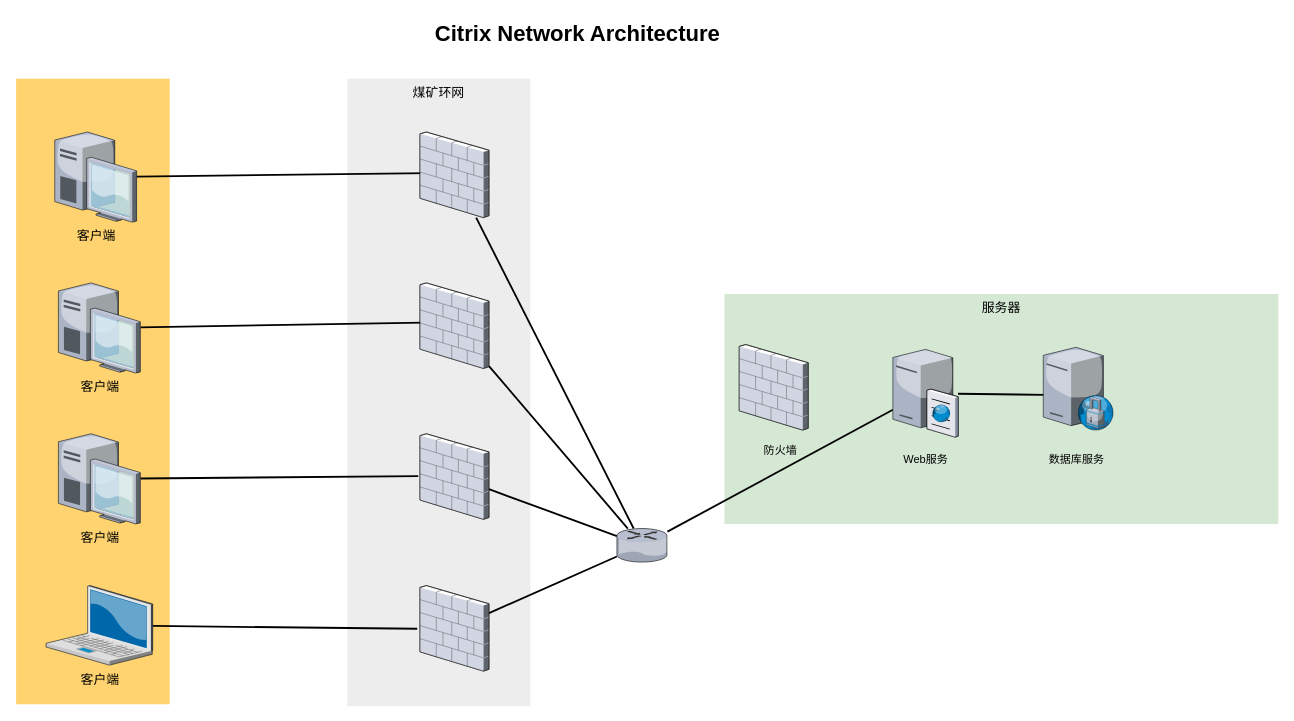
This is 煤矿生产技术的网络架构图.drawio from itangm/draw.io-files, a draw.io file, before an edit. Source tidied: cells renumbered, new cells numbered last; positions are measured from the earlier drawing's top-left corner, leaving out a move shared by most shapes. Both pictures are drawn from the tidied source at 92%, with x=0, y=0 at pixel (16, 16).
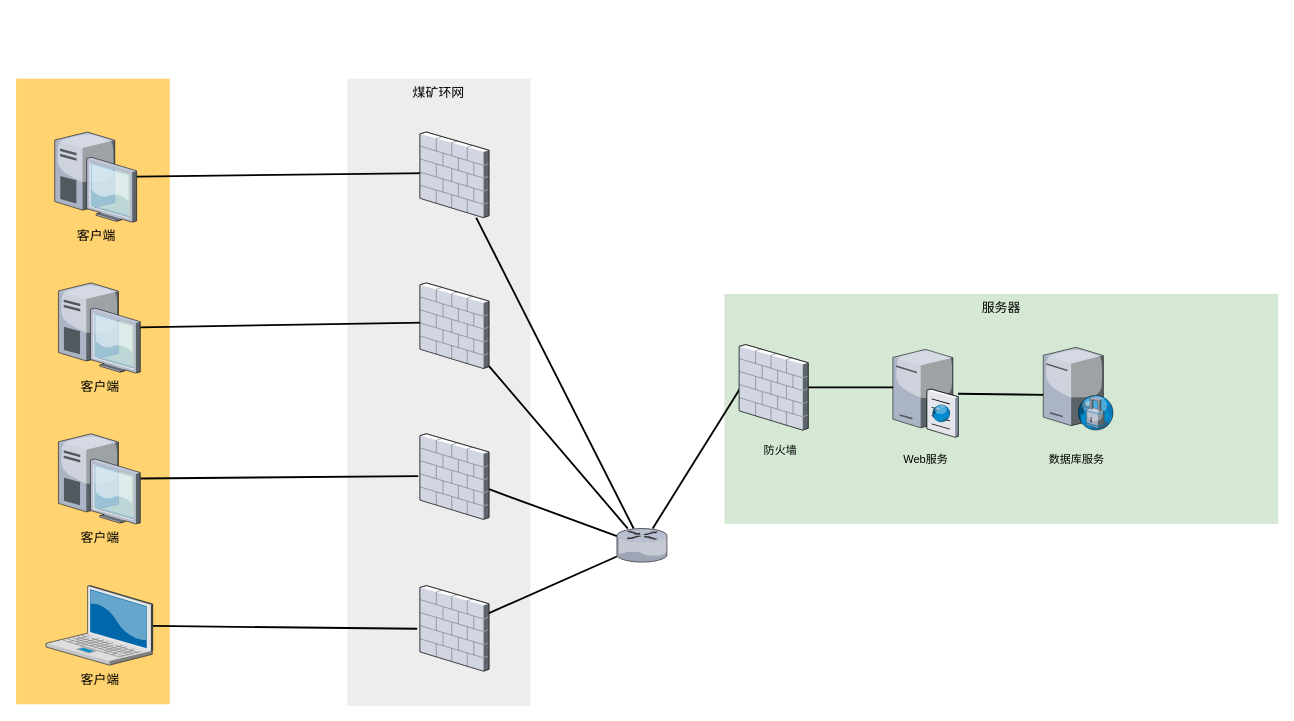
After the change.

Commit message:
更新煤矿生产技术的网络架构图.drawio

The change refers to these unchanged cells:
```xml
<mxCell id="15" style="verticalLabelPosition=bottom;html=1;verticalAlign=top;strokeColor=none;shape=mxgraph.citrix.router;fillColor=#66B2FF;gradientColor=#0066CC;fontSize=14;" parent="1" vertex="1">
  <mxGeometry x="653" y="557" width="55" height="36.5" as="geometry" />
</mxCell>
<mxCell id="16" style="verticalLabelPosition=top;html=1;verticalAlign=bottom;strokeColor=none;shape=mxgraph.citrix.cache_server;fillColor=#66B2FF;gradientColor=#0066CC;fontSize=14;labelPosition=center;align=center;" parent="1" vertex="1">
  <mxGeometry x="953" y="360" width="71" height="97.5" as="geometry" />
</mxCell>
<mxCell id="29" style="verticalLabelPosition=bottom;html=1;verticalAlign=top;strokeColor=none;shape=mxgraph.citrix.firewall;fillColor=#66B2FF;gradientColor=#0066CC;fontSize=14;" parent="1" vertex="1">
  <mxGeometry x="786" y="357" width="75" height="93" as="geometry" />
</mxCell>
```

Change to the diagram source:
```diff
@@
-    <mxCell id="13" style="edgeStyle=none;rounded=0;html=1;startSize=10;endSize=10;jettySize=auto;fontSize=14;endArrow=none;endFill=0;strokeWidth=2;" parent="1" edge="1" source="15" target="16">
+    <mxCell id="13" style="edgeStyle=none;rounded=0;html=1;startSize=10;endSize=10;jettySize=auto;fontSize=14;endArrow=none;endFill=0;strokeWidth=2;entryX=0.019;entryY=0.505;entryDx=0;entryDy=0;entryPerimeter=0;" parent="1" edge="1" source="15" target="29">
       <mxGeometry relative="1" as="geometry" />
     </mxCell>
@@
-    <mxCell id="26" value="Citrix Network Architecture" style="text;strokeColor=none;fillColor=none;html=1;fontSize=24;fontStyle=1;verticalAlign=middle;align=center;" parent="1" vertex="1">
-      <mxGeometry x="179" width="861" height="40" as="geometry" />
-    </mxCell>
@@
+    <mxCell id="31" style="edgeStyle=orthogonalEdgeStyle;rounded=0;jettySize=auto;html=1;entryX=0.004;entryY=0.446;entryDx=0;entryDy=0;entryPerimeter=0;endArrow=none;endFill=0;strokeWidth=2;" parent="1" edge="1" source="29" target="16">
+      <mxGeometry relative="1" as="geometry" />
+    </mxCell>
```
